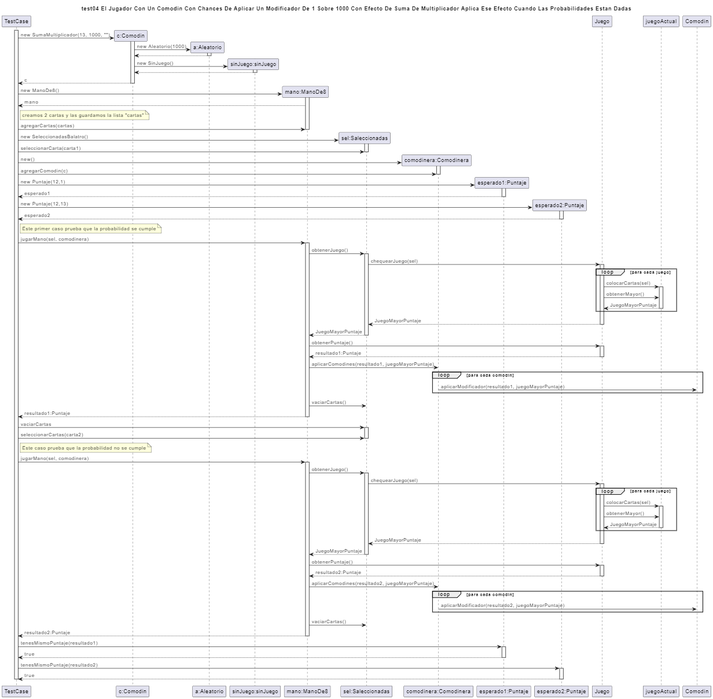
Above: diagrams/sequences/casoDeUso4.png in facukresta/g06-tp2-2c-2024 (PlantUML), before the change. Its source is kept beside it as diagrams/sequences/casoDeUso4.puml.
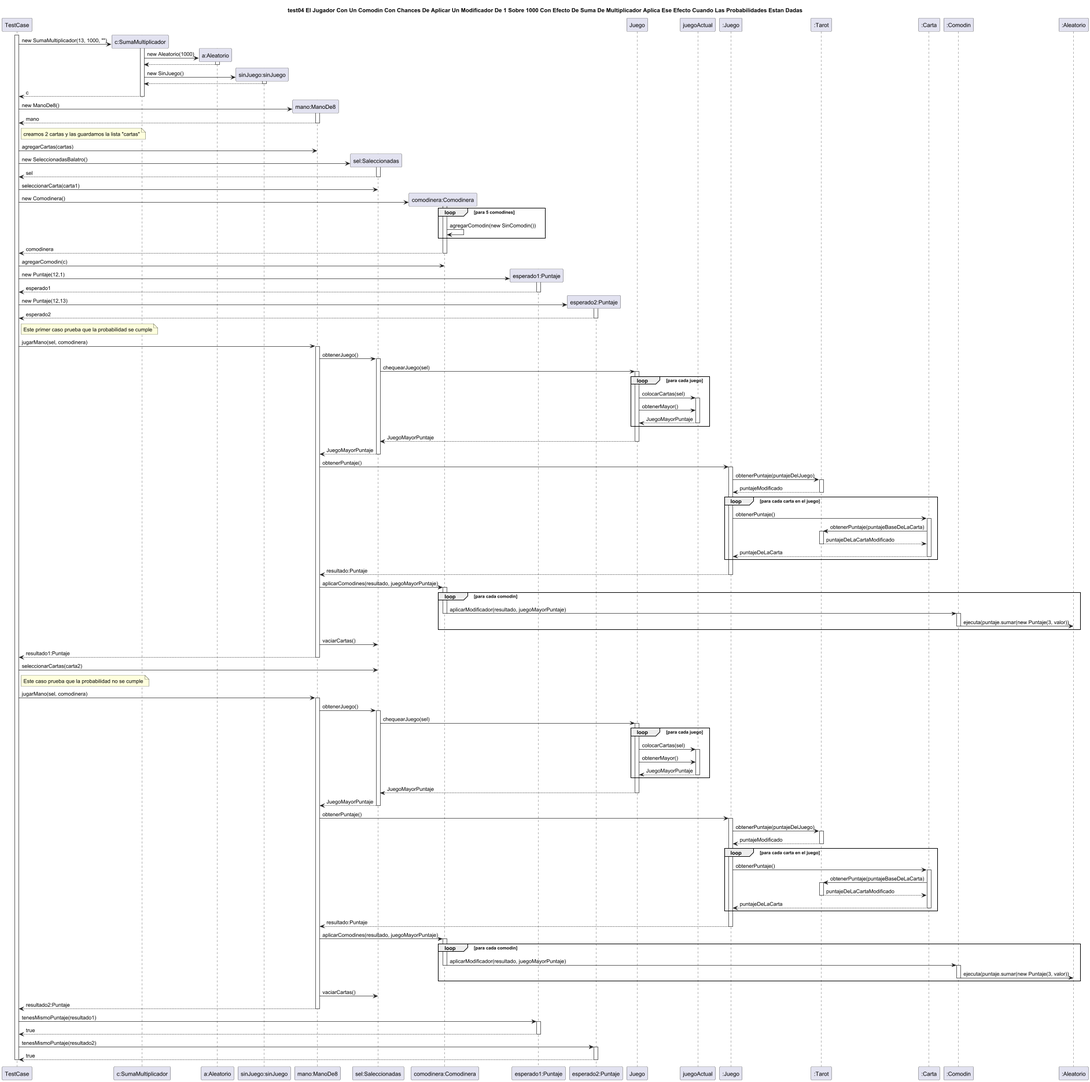
After the change.

What changed in the source:
```diff
@@ -6,7 +6,7 @@
 
 activate TestCase
 
-TestCase -> "c:Comodin" as comodin **: new SumaMultiplicador(13, 1000, "")
+TestCase -> "c:SumaMultiplicador" as comodin **: new SumaMultiplicador(13, 1000, "")
 
 activate comodin
 comodin -> "a:Aleatorio" as aleatorio **: new Aleatorio(1000)
@@ -24,19 +24,26 @@
 TestCase -> "mano:ManoDe8" as mano **: new ManoDe8()
 activate mano
 TestCase <-- mano : mano
+deactivate mano
 note right of TestCase: creamos 2 cartas y las guardamos la lista "cartas"
 TestCase -> mano : agregarCartas(cartas)
-deactivate mano
+
 
 TestCase -> "sel:Saleccionadas" as sel ** : new SeleccionadasBalatro()
 activate sel
+TestCase <-- sel :sel
+deactivate sel
 TestCase -> sel : seleccionarCarta(carta1)
-deactivate sel
 
-TestCase -> "comodinera:Comodinera" as comodinera **: new()
+TestCase -> "comodinera:Comodinera" as comodinera **: new Comodinera()
 activate comodinera
+
+loop para 5 comodines
+comodinera -> comodinera  :agregarComodin(new SinComodin())
+end
+TestCase <-- comodinera :comodinera
+deactivate comodinera
 TestCase -> comodinera : agregarComodin(c)
-deactivate comodinera
 
 TestCase -> "esperado1:Puntaje" as esperado1 **: new Puntaje(12,1)
 activate esperado1
@@ -70,14 +77,33 @@
 mano <-- sel : JuegoMayorPuntaje
 deactivate sel
 
-mano -> Juego : obtenerPuntaje()
-activate Juego
-mano <-- Juego : resultado1:Puntaje
-deactivate Juego
+mano -> ":Juego" as escalera : obtenerPuntaje()
+activate escalera
+escalera -> ":Tarot" as tarot :obtenerPuntaje(puntajeDelJuego)
+activate tarot
+escalera <-- tarot :puntajeModificado
+deactivate tarot
+loop para cada carta en el juego
+escalera -> ":Carta" as carta :obtenerPuntaje()
+activate carta
+carta -> tarot :obtenerPuntaje(puntajeBaseDeLaCarta)
+activate tarot
+carta <-- tarot :puntajeDeLaCartaModificado
+deactivate
+escalera <-- carta: puntajeDeLaCarta
+deactivate carta
+end
+mano <-- escalera : resultado:Puntaje
+deactivate escalera
 
-mano -> comodinera : aplicarComodines(resultado1, juegoMayorPuntaje)
+mano -> comodinera : aplicarComodines(resultado, juegoMayorPuntaje)
+activate comodinera
 loop para cada comodin
-comodinera -> "Comodin" : aplicarModificador(resultado1, juegoMayorPuntaje)
+comodinera -> ":Comodin" as comodin3 : aplicarModificador(resultado, juegoMayorPuntaje)
+deactivate comodinera
+activate comodin3
+comodin3 -> ":Aleatorio" as ejecucion : ejecuta(puntaje.sumar(new Puntaje(3, valor))
+deactivate comodin3
 end
 
 mano -> sel: vaciarCartas()
@@ -85,10 +111,7 @@
 TestCase <-- mano : resultado1:Puntaje
 deactivate mano
 
-TestCase -> sel : vaciarCartas
-activate sel
 TestCase -> sel : seleccionarCartas(carta2)
-deactivate sel
 
 note right of TestCase: Este caso prueba que la probabilidad no se cumple
 TestCase -> mano : jugarMano(sel, comodinera)
@@ -112,14 +135,33 @@
 mano <-- sel : JuegoMayorPuntaje
 deactivate sel
 
-mano -> Juego : obtenerPuntaje()
-activate Juego
-mano <-- Juego : resultado2:Puntaje
-deactivate Juego
+mano -> escalera: obtenerPuntaje()
+activate escalera
+escalera -> ":Tarot" as tarot :obtenerPuntaje(puntajeDelJuego)
+activate tarot
+escalera <-- tarot :puntajeModificado
+deactivate tarot
+loop para cada carta en el juego
+escalera -> ":Carta" as carta :obtenerPuntaje()
+activate carta
+carta -> tarot :obtenerPuntaje(puntajeBaseDeLaCarta)
+activate tarot
+carta <-- tarot :puntajeDeLaCartaModificado
+deactivate
+escalera <-- carta: puntajeDeLaCarta
+deactivate carta
+end
+mano <-- escalera : resultado:Puntaje
+deactivate escalera
 
-mano -> comodinera : aplicarComodines(resultado2, juegoMayorPuntaje)
+mano -> comodinera : aplicarComodines(resultado, juegoMayorPuntaje)
+activate comodinera
 loop para cada comodin
-comodinera -> "Comodin" : aplicarModificador(resultado2, juegoMayorPuntaje)
+comodinera -> ":Comodin" as comodin3 : aplicarModificador(resultado, juegoMayorPuntaje)
+deactivate comodinera
+activate comodin3
+comodin3 -> ":Aleatorio" as ejecucion : ejecuta(puntaje.sumar(new Puntaje(3, valor))
+deactivate comodin3
 end
 
 mano -> sel: vaciarCartas()
```
